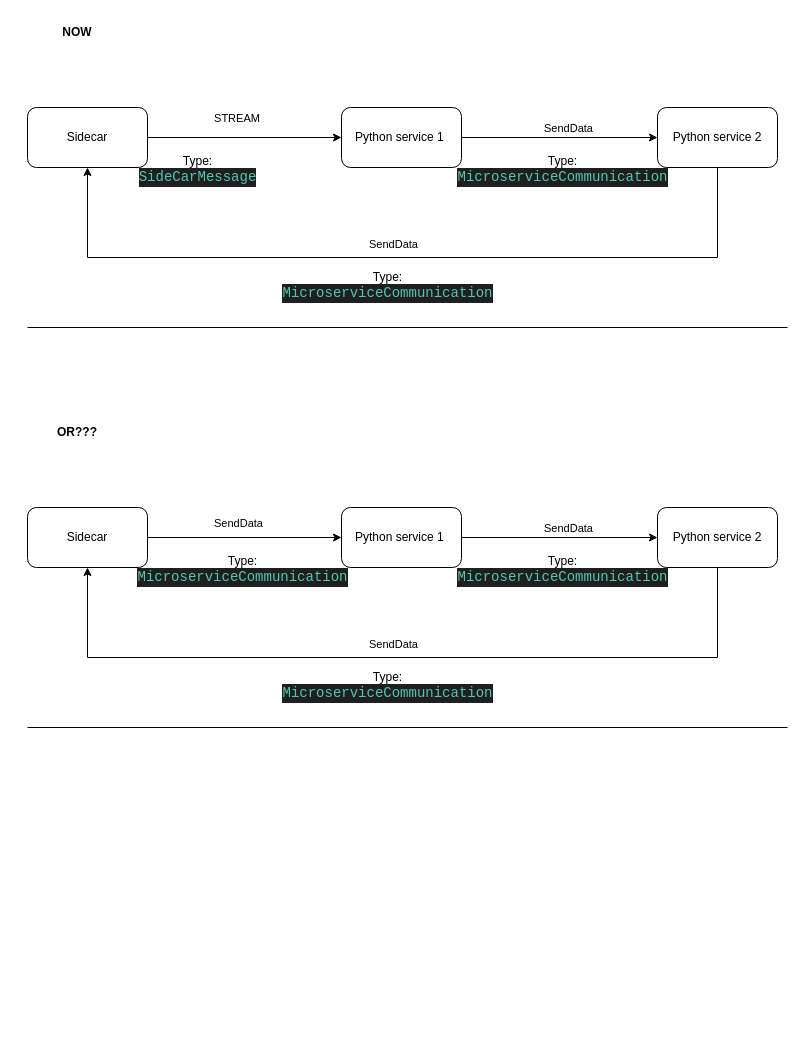
Earlier version of the draw.io diagram docs/drawio/python-mscomm-flowdrawio.drawio (Jorrit05/DYNAMOS). Source tidied: cells renumbered, new cells numbered last; positions are measured from the earlier drawing's top-left corner, leaving out a move shared by most shapes. Both pictures are drawn from the tidied source at 100%, with x=0, y=0 at pixel (27, 17).
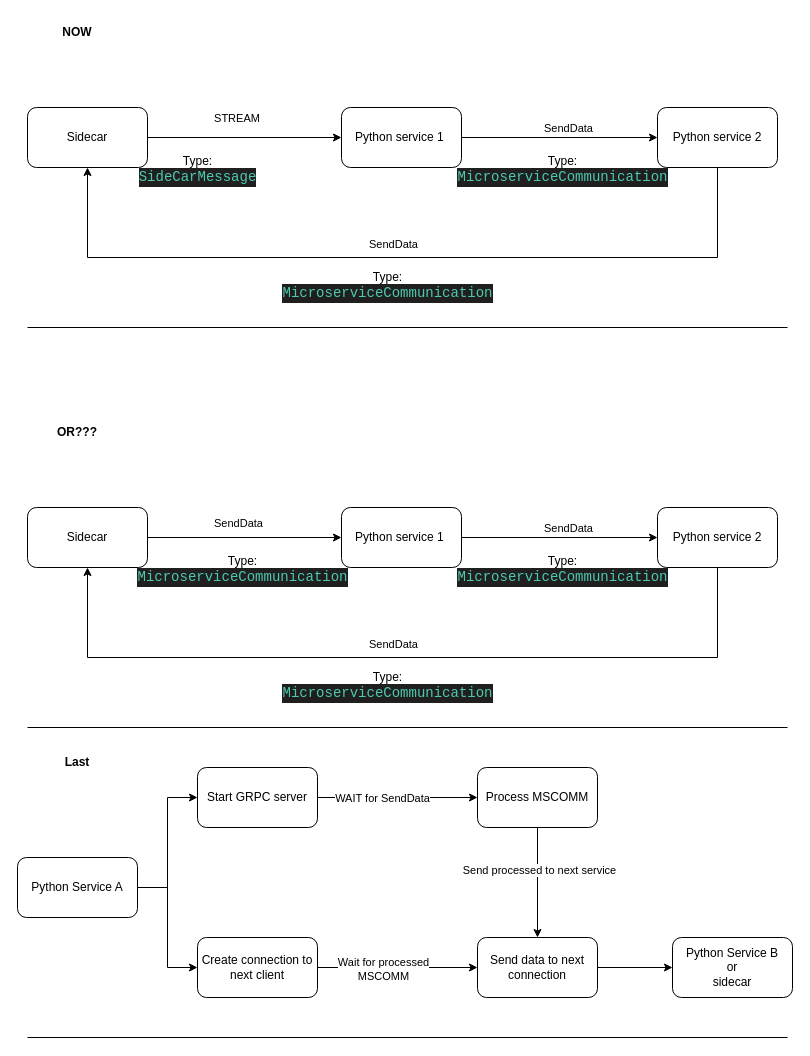
Above is the later version.

What changed in the source:
```diff
@@
+    <mxCell id="30" style="edgeStyle=orthogonalEdgeStyle;rounded=0;jettySize=auto;html=1;entryX=0;entryY=0.5;entryDx=0;entryDy=0;" parent="1" edge="1" source="32" target="37">
+      <mxGeometry relative="1" as="geometry" />
+    </mxCell>
+    <mxCell id="31" style="edgeStyle=orthogonalEdgeStyle;rounded=0;jettySize=auto;html=1;entryX=0;entryY=0.5;entryDx=0;entryDy=0;" parent="1" edge="1" source="32" target="43">
+      <mxGeometry relative="1" as="geometry" />
+    </mxCell>
+    <mxCell id="32" value="Python Service A" style="rounded=1;whiteSpace=wrap;html=1;" parent="1" vertex="1">
+      <mxGeometry x="-10" y="840" width="120" height="60" as="geometry" />
+    </mxCell>
+    <mxCell id="33" value="&lt;b&gt;Last&lt;/b&gt;" style="text;html=1;align=center;verticalAlign=middle;whiteSpace=wrap;rounded=0;" parent="1" vertex="1">
+      <mxGeometry x="20" y="730" width="60" height="30" as="geometry" />
+    </mxCell>
+    <mxCell id="34" style="endArrow=none;html=1;rounded=0;" parent="1" edge="1">
+      <mxGeometry relative="1" as="geometry">
+        <mxPoint y="1020" as="sourcePoint" />
+        <mxPoint x="760" y="1020" as="targetPoint" />
+      </mxGeometry>
+    </mxCell>
+    <mxCell id="35" style="edgeStyle=orthogonalEdgeStyle;rounded=0;jettySize=auto;html=1;" parent="1" edge="1" source="37">
+      <mxGeometry relative="1" as="geometry">
+        <mxPoint x="450" y="780" as="targetPoint" />
+      </mxGeometry>
+    </mxCell>
+    <mxCell id="36" value="WAIT for SendData" style="edgeLabel;html=1;align=center;verticalAlign=middle;" parent="35" vertex="1">
+      <mxGeometry x="-0.2" relative="1" as="geometry" />
+    </mxCell>
+    <mxCell id="37" value="Start GRPC server" style="rounded=1;whiteSpace=wrap;html=1;" parent="1" vertex="1">
+      <mxGeometry x="170" y="750" width="120" height="60" as="geometry" />
+    </mxCell>
+    <mxCell id="38" style="edgeStyle=orthogonalEdgeStyle;rounded=0;jettySize=auto;html=1;" parent="1" edge="1" source="40" target="45">
+      <mxGeometry relative="1" as="geometry" />
+    </mxCell>
+    <mxCell id="39" value="Send processed to next service" style="edgeLabel;html=1;align=center;verticalAlign=middle;" parent="38" vertex="1">
+      <mxGeometry x="-0.24" y="1" relative="1" as="geometry" />
+    </mxCell>
+    <mxCell id="40" value="Process MSCOMM" style="rounded=1;whiteSpace=wrap;html=1;" parent="1" vertex="1">
+      <mxGeometry x="450" y="750" width="120" height="60" as="geometry" />
+    </mxCell>
+    <mxCell id="41" style="edgeStyle=orthogonalEdgeStyle;rounded=0;jettySize=auto;html=1;entryX=0;entryY=0.5;entryDx=0;entryDy=0;" parent="1" edge="1" source="43" target="45">
+      <mxGeometry relative="1" as="geometry" />
+    </mxCell>
+    <mxCell id="42" value="Wait for processed &lt;br&gt;MSCOMM" style="edgeLabel;html=1;align=center;verticalAlign=middle;" parent="41" vertex="1">
+      <mxGeometry x="-0.19" y="-1" relative="1" as="geometry" />
+    </mxCell>
+    <mxCell id="43" value="Create connection to next client" style="rounded=1;whiteSpace=wrap;html=1;" parent="1" vertex="1">
+      <mxGeometry x="170" y="920" width="120" height="60" as="geometry" />
+    </mxCell>
+    <mxCell id="44" style="edgeStyle=orthogonalEdgeStyle;rounded=0;jettySize=auto;html=1;" parent="1" edge="1" source="45" target="46">
+      <mxGeometry relative="1" as="geometry" />
+    </mxCell>
+    <mxCell id="45" value="Send data to next connection" style="rounded=1;whiteSpace=wrap;html=1;" parent="1" vertex="1">
+      <mxGeometry x="450" y="920" width="120" height="60" as="geometry" />
+    </mxCell>
+    <mxCell id="46" value="Python Service B&lt;br&gt;or&lt;br&gt;sidecar" style="rounded=1;whiteSpace=wrap;html=1;" parent="1" vertex="1">
+      <mxGeometry x="645" y="920" width="120" height="60" as="geometry" />
+    </mxCell>
```
